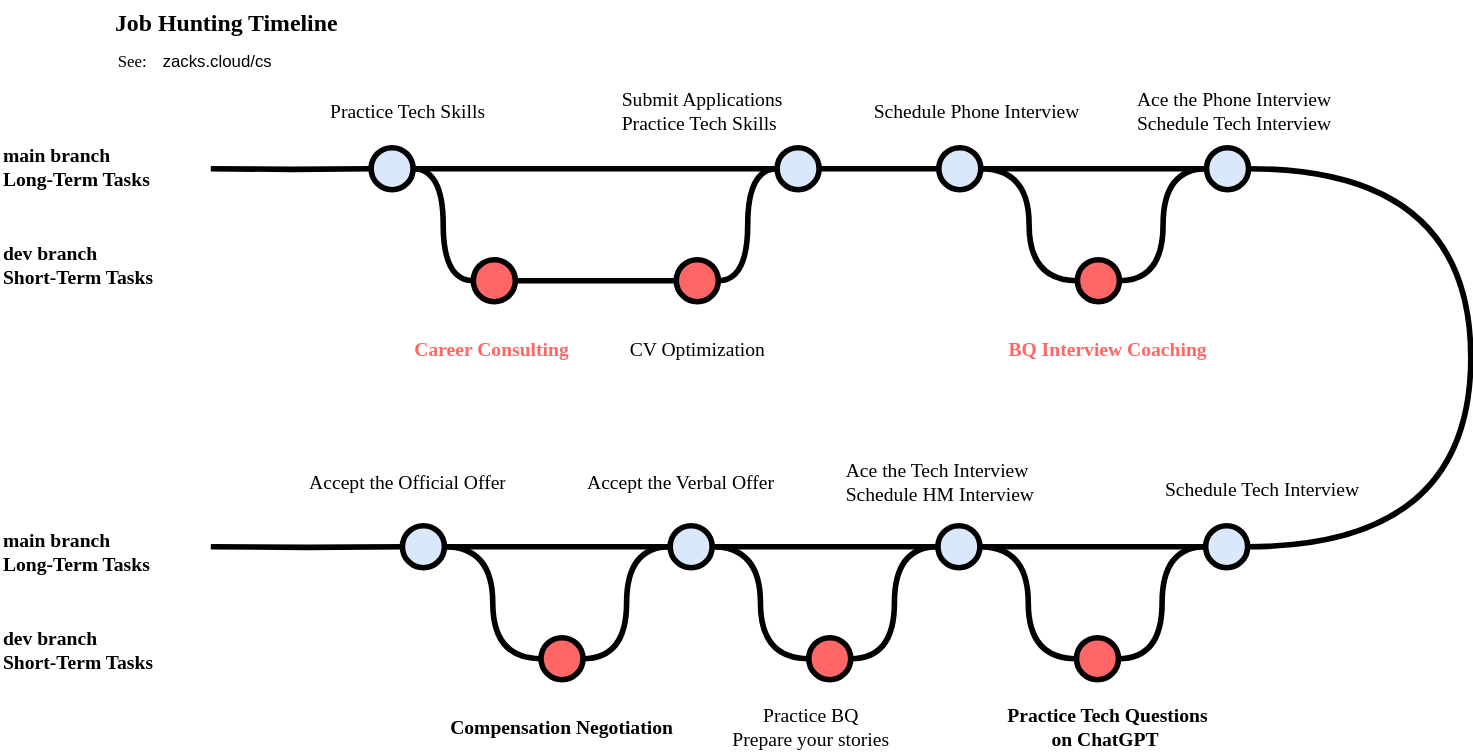
ZacksAmber/Flowcharts keeps this draw.io diagram as job_hunting_timeline.svg. Above is the earlier version. Source tidied: cells renumbered, new cells last; positions are measured from the earlier drawing's top-left corner, leaving out a move shared by most shapes.
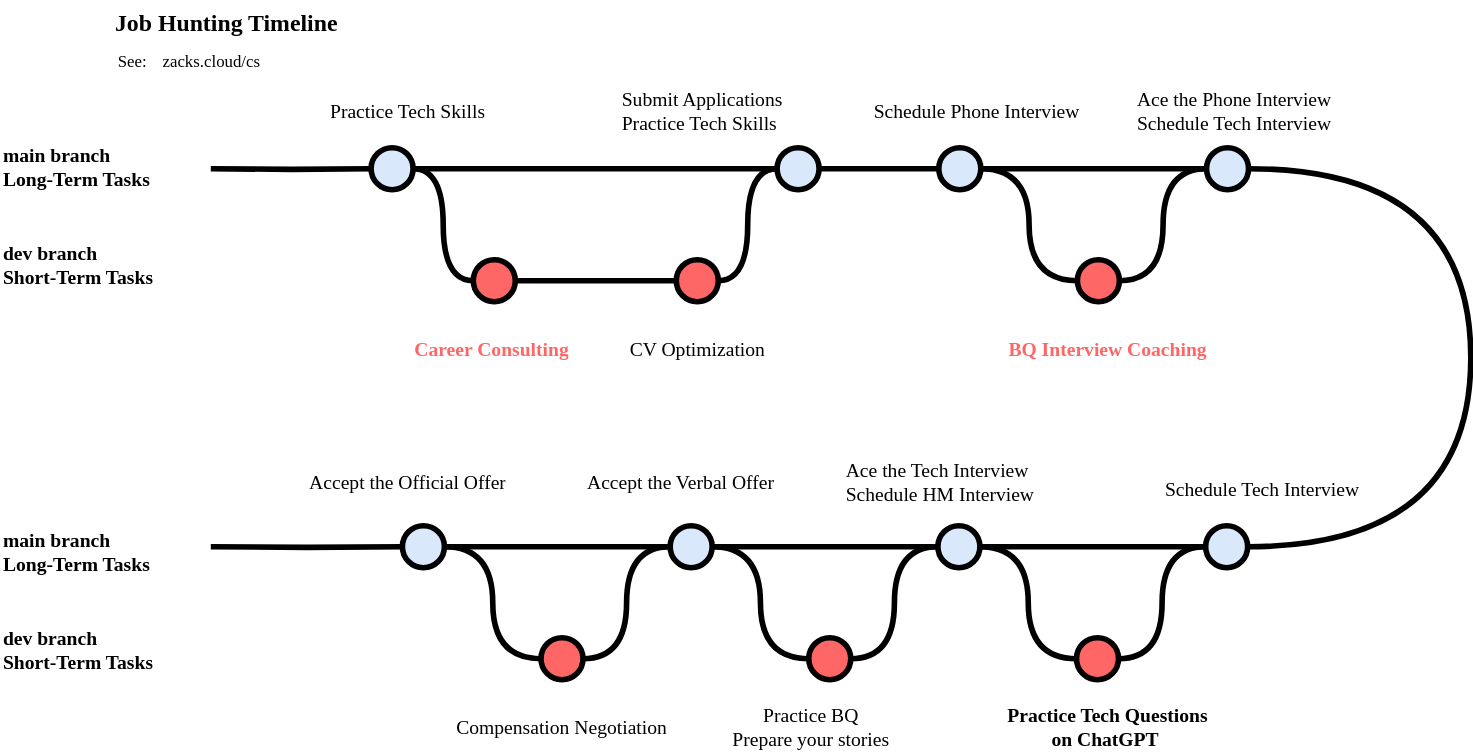
After the change.

Diff of the diagram source:
```diff
@@ -5,7 +5,7 @@
     <mxCell id="2" value="Job Hunting Timeline" style="text;whiteSpace=wrap;html=1;fontStyle=1;fontSize=17;fontFamily=DinaRemaster;fontSource=https%3A%2F%2Ffonts.googleapis.com%2Fcss%3Ffamily%3DDinaRemaster;" parent="1" vertex="1">
       <mxGeometry x="80" width="542.2" height="30" as="geometry" />
     </mxCell>
-    <mxCell id="3" value="&lt;a href=&quot;https://zacks.cloud/cs&quot;&gt;zacks.cloud/cs&lt;/a&gt;" style="text;whiteSpace=wrap;html=1;" parent="1" vertex="1">
+    <mxCell id="3" value="&lt;a href=&quot;https://zacks.cloud/cs&quot;&gt;zacks.cloud/cs&lt;/a&gt;" style="text;whiteSpace=wrap;html=1;fontFamily=DinaRemaster;fontSource=https%3A%2F%2Ffonts.googleapis.com%2Fcss%3Ffamily%3DDinaRemaster;" parent="1" vertex="1">
       <mxGeometry x="114.2" y="30" width="298" height="20" as="geometry" />
     </mxCell>
     <mxCell id="4" value="See:" style="text;whiteSpace=wrap;html=1;fontFamily=DinaRemaster;fontSource=https%3A%2F%2Ffonts.googleapis.com%2Fcss%3Ffamily%3DDinaRemaster;" parent="1" vertex="1">
@@ -106,7 +106,7 @@
     <mxCell id="32" value="&lt;span style=&quot;text-align: left;&quot;&gt;Accept the Verbal Offer&lt;/span&gt;" style="text;html=1;strokeColor=none;fillColor=none;align=center;verticalAlign=middle;whiteSpace=wrap;overflow=hidden;fontSize=14;fontFamily=DinaRemaster;fontSource=https%3A%2F%2Ffonts.googleapis.com%2Fcss%3Ffamily%3DDinaRemaster;" parent="1" vertex="1">
       <mxGeometry x="395.5" y="325" width="181.6" height="40" as="geometry" />
     </mxCell>
-    <mxCell id="33" value="&lt;b&gt;Compensation Negotiation&lt;/b&gt;" style="text;html=1;strokeColor=none;fillColor=none;align=center;verticalAlign=middle;whiteSpace=wrap;overflow=hidden;fontSize=14;fontFamily=DinaRemaster;fontSource=https%3A%2F%2Ffonts.googleapis.com%2Fcss%3Ffamily%3DDinaRemaster;" parent="1" vertex="1">
+    <mxCell id="33" value="Compensation Negotiation" style="text;html=1;strokeColor=none;fillColor=none;align=center;verticalAlign=middle;whiteSpace=wrap;overflow=hidden;fontSize=14;fontFamily=DinaRemaster;fontSource=https%3A%2F%2Ffonts.googleapis.com%2Fcss%3Ffamily%3DDinaRemaster;" parent="1" vertex="1">
       <mxGeometry x="310.1" y="500" width="181.6" height="40" as="geometry" />
     </mxCell>
     <mxCell id="34" value="&lt;div&gt;Practice BQ&lt;/div&gt;Prepare your stories" style="text;html=1;strokeColor=none;fillColor=none;align=center;verticalAlign=middle;whiteSpace=wrap;overflow=hidden;fontSize=14;fontFamily=DinaRemaster;fontSource=https%3A%2F%2Ffonts.googleapis.com%2Fcss%3Ffamily%3DDinaRemaster;" parent="1" vertex="1">
```
